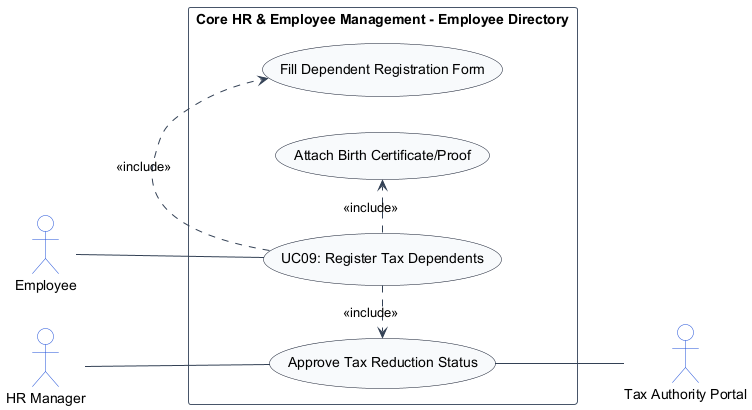
The PlantUML diagram usecase_images/module_01_core_hr/UC09.png in TamBui1706/HRPlatform, before a commit. Its diagram source:
```plantuml
@startuml
left to right direction
skinparam shadowing false
skinparam packageStyle rectangle
skinparam actorStyle stickman

skinparam ArrowColor #334155
skinparam ActorBorderColor #1d4ed8
skinparam ActorBackgroundColor #ffffff
skinparam UsecaseBorderColor #0f172a
skinparam UsecaseBackgroundColor #f8fafc
skinparam RectangleBorderColor #475569
skinparam RectangleBackgroundColor #ffffff

actor "Employee" as Employee
actor "HR Manager" as HRManager
actor "Tax Authority Portal" as TaxAuthorityPortal

rectangle "Core HR & Employee Management - Employee Directory" {
    usecase "UC09: Register Tax Dependents" as UC_Main
    usecase "Fill Dependent Registration Form" as UC_FillForm
    usecase "Attach Birth Certificate/Proof" as UC_AttachProof
    usecase "Approve Tax Reduction Status" as UC_ApproveTax

    Employee -- UC_Main
    HRManager -- UC_ApproveTax
    UC_Main .> UC_FillForm : <<include>>
    UC_Main .> UC_AttachProof : <<include>>
    UC_Main .> UC_ApproveTax : <<include>>
    UC_ApproveTax -- TaxAuthorityPortal
}
@enduml
```
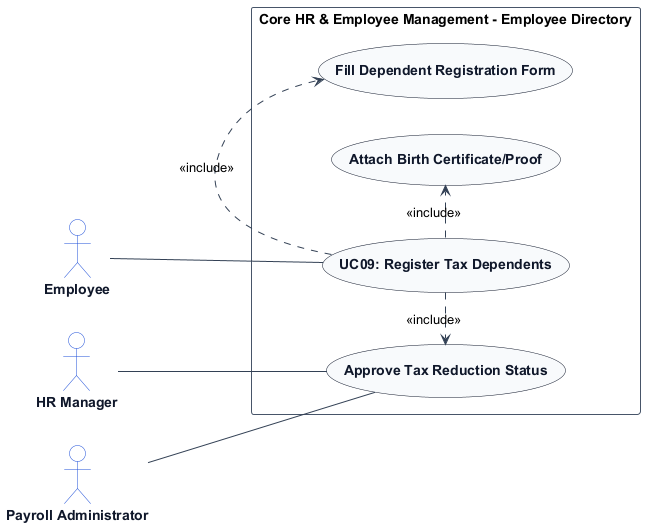
Later version of the same file.

What changed in the source:
```diff
@@ -7,14 +7,20 @@
 skinparam ArrowColor #334155
 skinparam ActorBorderColor #1d4ed8
 skinparam ActorBackgroundColor #ffffff
+skinparam ActorFontColor #0f172a
+skinparam ActorFontStyle bold
+
 skinparam UsecaseBorderColor #0f172a
 skinparam UsecaseBackgroundColor #f8fafc
+skinparam UsecaseFontColor #0f172a
+skinparam UsecaseFontStyle bold
+
 skinparam RectangleBorderColor #475569
 skinparam RectangleBackgroundColor #ffffff
 
 actor "Employee" as Employee
 actor "HR Manager" as HRManager
-actor "Tax Authority Portal" as TaxAuthorityPortal
+actor "Payroll Administrator" as PayrollAdministrator
 
 rectangle "Core HR & Employee Management - Employee Directory" {
     usecase "UC09: Register Tax Dependents" as UC_Main
@@ -24,9 +30,9 @@
 
     Employee -- UC_Main
     HRManager -- UC_ApproveTax
+    PayrollAdministrator -- UC_ApproveTax
     UC_Main .> UC_FillForm : <<include>>
     UC_Main .> UC_AttachProof : <<include>>
     UC_Main .> UC_ApproveTax : <<include>>
-    UC_ApproveTax -- TaxAuthorityPortal
 }
 @enduml
```
